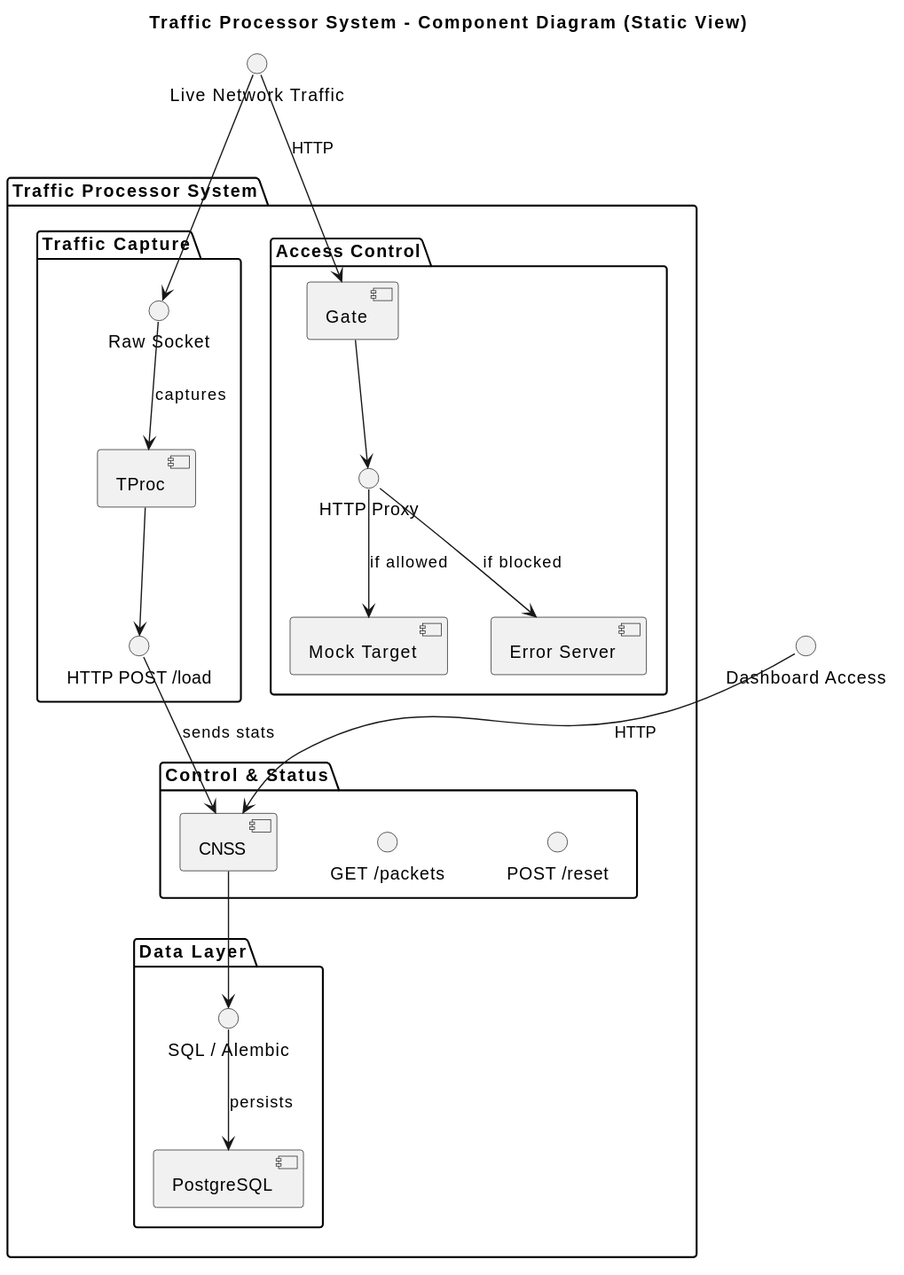
The PlantUML diagram docs/architecture/static-view/component-diagram.svg in SWP-Team-46/Traffic-Proccessor, before a commit.
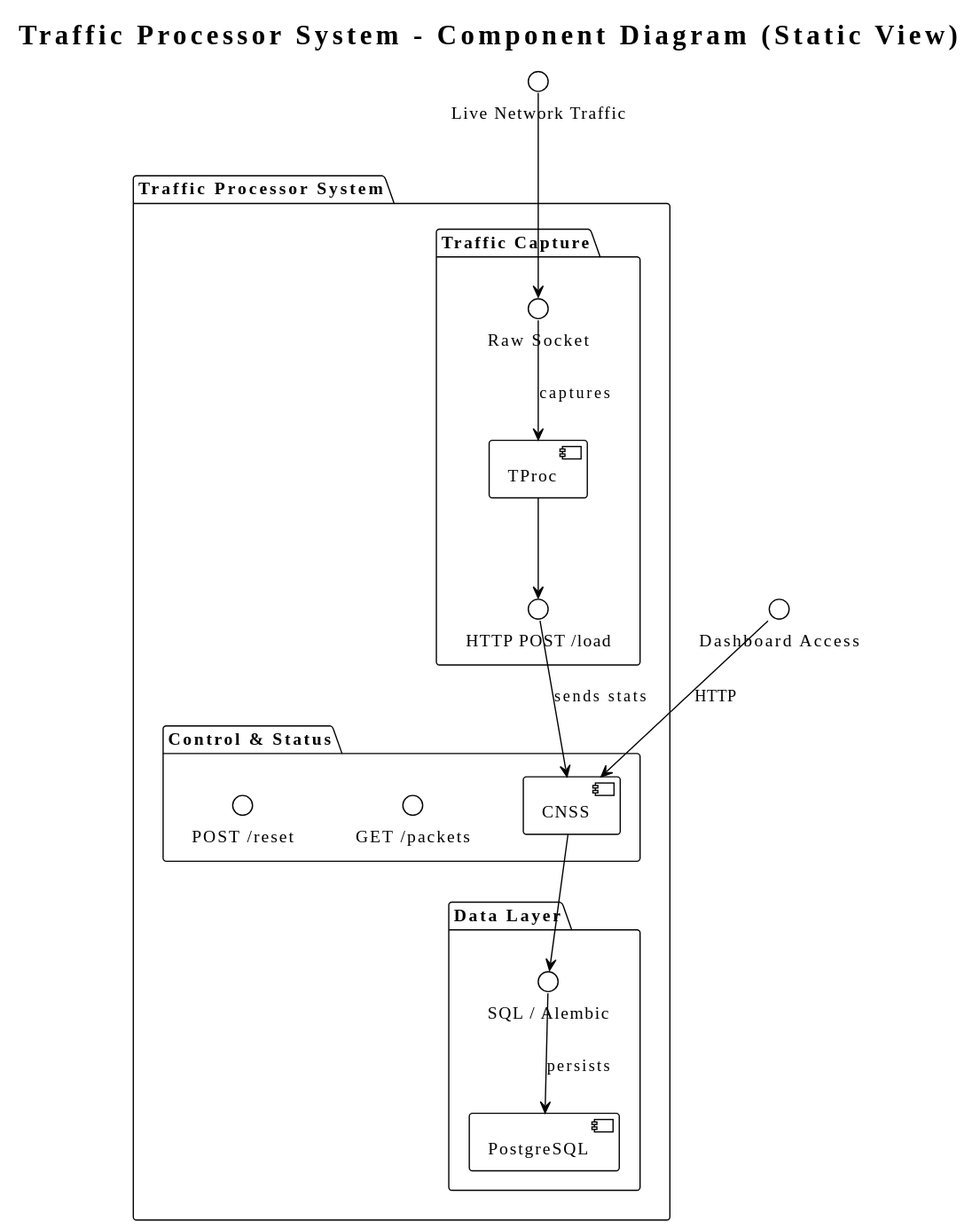
Later version of the same file.

Change to the diagram source:
```diff
@@ -1,4 +1,5 @@
 @startuml
+!theme plain
 title Traffic Processor System - Component Diagram (Static View)
 
 package "Traffic Processor System" {
@@ -7,13 +8,6 @@
     [TProc] as tproc
     () "Raw Socket" as net_iface
     () "HTTP POST /load" as load_api
-  }
-
-  package "Access Control" {
-    [Gate] as gate
-    [Mock Target] as mock_target
-    [Error Server] as error_server
-    () "HTTP Proxy" as proxy_api
   }
 
   package "Control & Status" {
@@ -37,11 +31,6 @@
 load_api --> cnss : sends stats
 
 dashboard --> cnss : HTTP
-network --> gate : HTTP
-
-gate --> proxy_api
-proxy_api --> mock_target : if allowed
-proxy_api --> error_server : if blocked
 
 cnss --> sql_api
 sql_api --> postgres : persists
```
